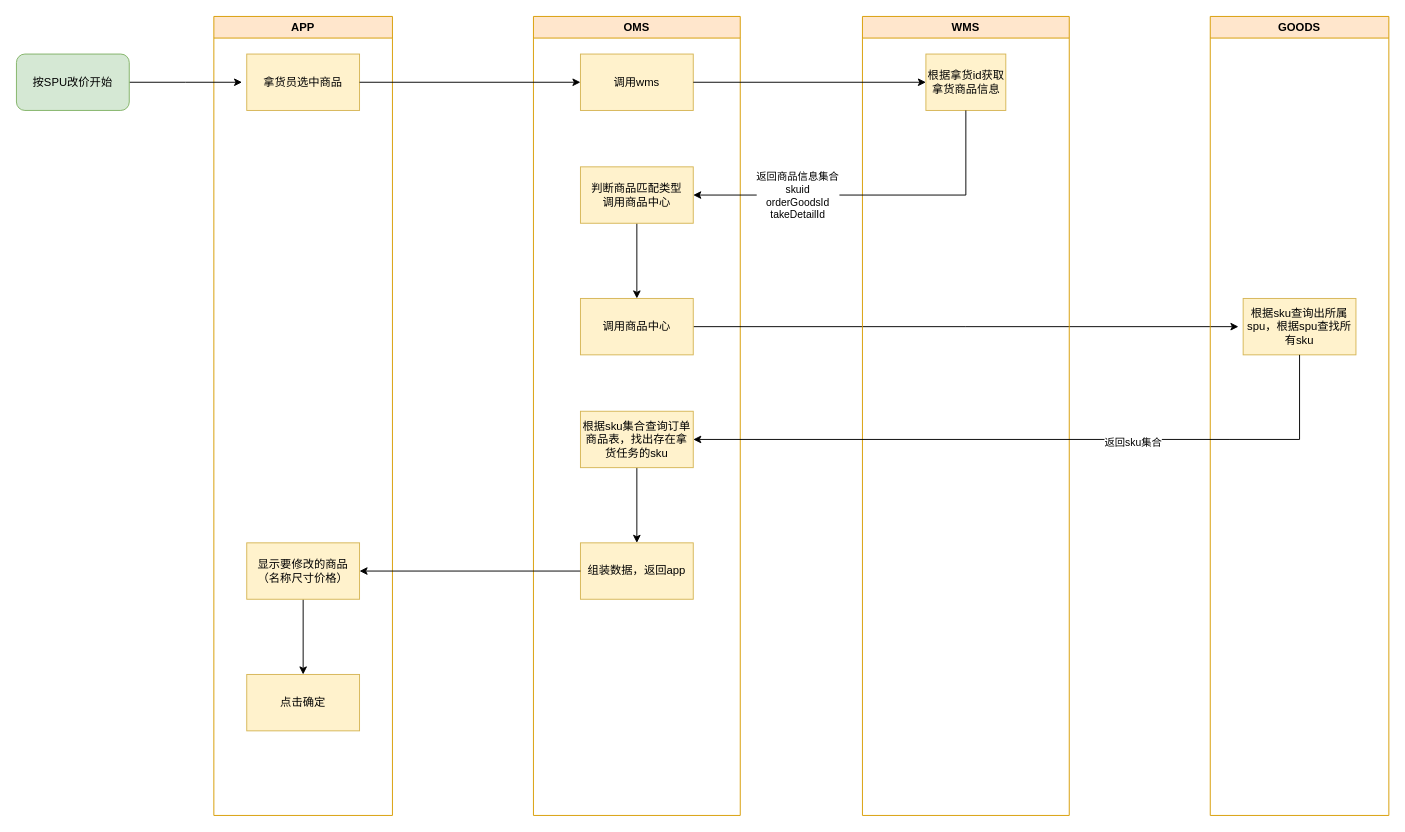
bian0814/draw.io keeps this draw.io diagram as 改价流程.drawio. Above is the earlier version. Source tidied: cells renumbered, new cells numbered last; positions are measured from the earlier drawing's top-left corner, leaving out a move shared by most shapes. Both pictures are drawn from the tidied source at 94%, with x=0, y=0 at pixel (16, 16).
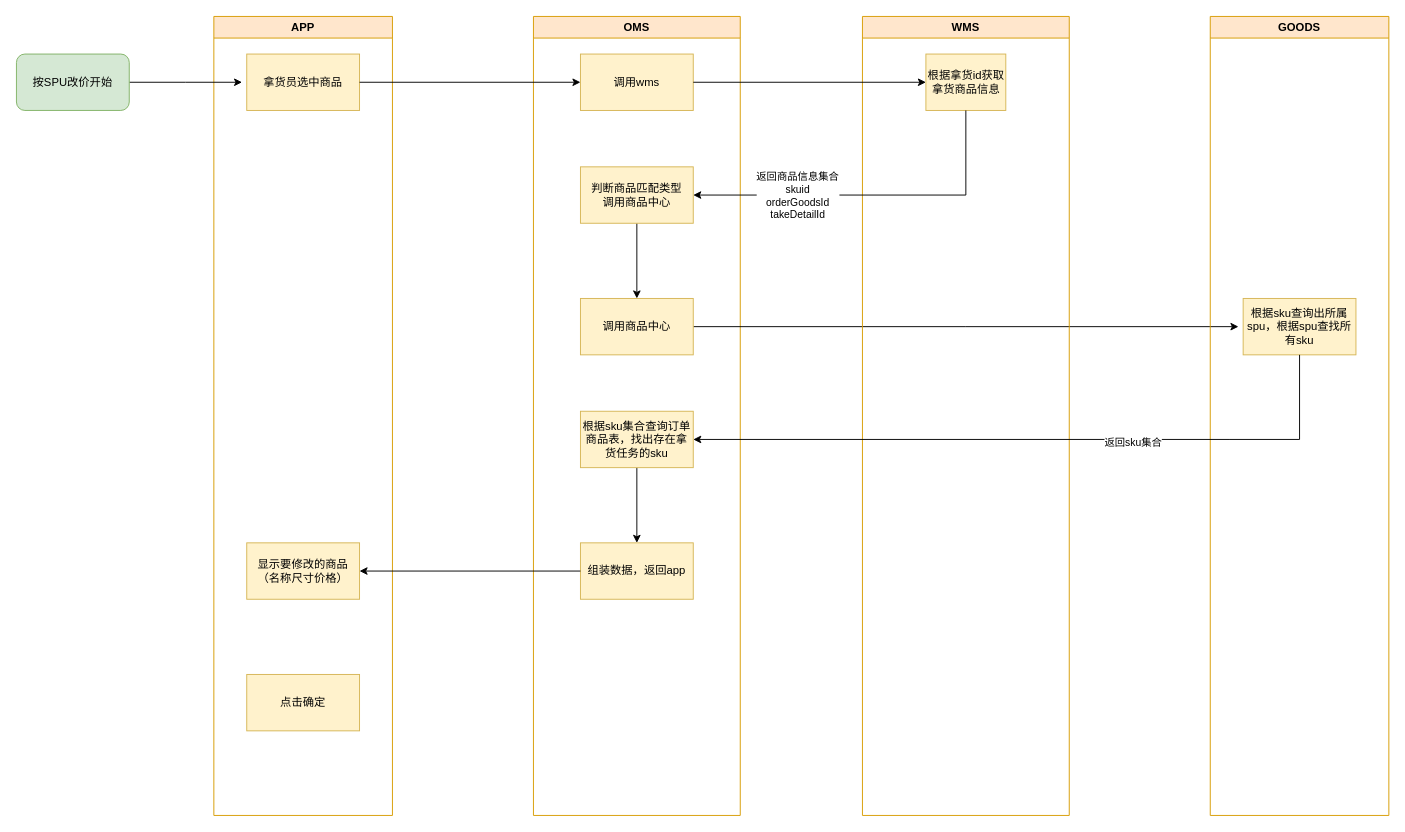
After the change.

Commit message (it also covers changes not shown here):
更新改价流程.drawio

The change refers to these unchanged cells:
```xml
<mxCell id="2" value="APP" style="swimlane;whiteSpace=wrap;html=1;startSize=23;fillColor=#ffe6cc;strokeColor=#d79b00;" parent="1" vertex="1">
  <mxGeometry x="210" width="190" height="850" as="geometry" />
</mxCell>
<mxCell id="5" value="显示要修改的商品（名称尺寸价格）" style="whiteSpace=wrap;html=1;fillColor=#fff2cc;strokeColor=#d6b656;" parent="2" vertex="1">
  <mxGeometry x="35" y="560" width="120" height="60" as="geometry" />
</mxCell>
<mxCell id="6" value="点击确定" style="whiteSpace=wrap;html=1;fillColor=#fff2cc;strokeColor=#d6b656;" parent="2" vertex="1">
  <mxGeometry x="35" y="700" width="120" height="60" as="geometry" />
</mxCell>
```

The edit, as a diff of the source:
```diff
@@
-    <mxCell id="4" style="edgeStyle=orthogonalEdgeStyle;rounded=0;jettySize=auto;html=1;" parent="2" edge="1" source="5" target="6">
-      <mxGeometry relative="1" as="geometry" />
-    </mxCell>
```
